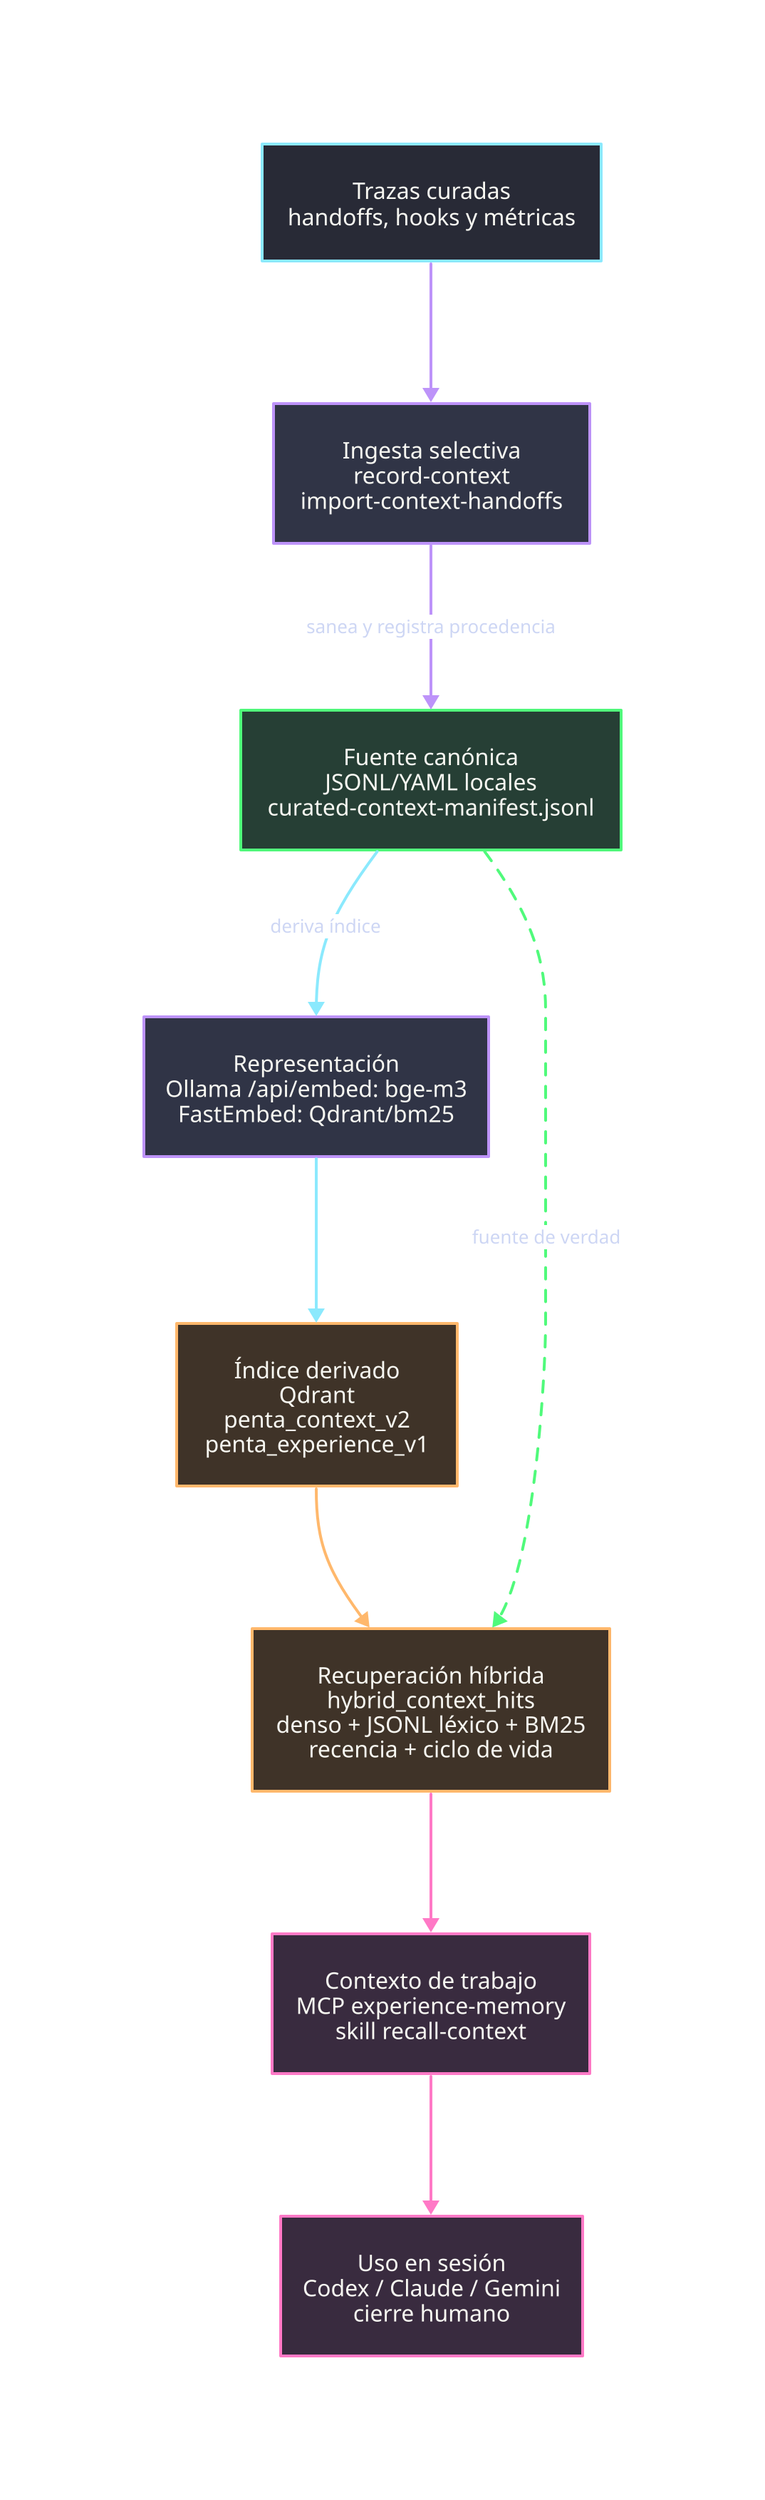
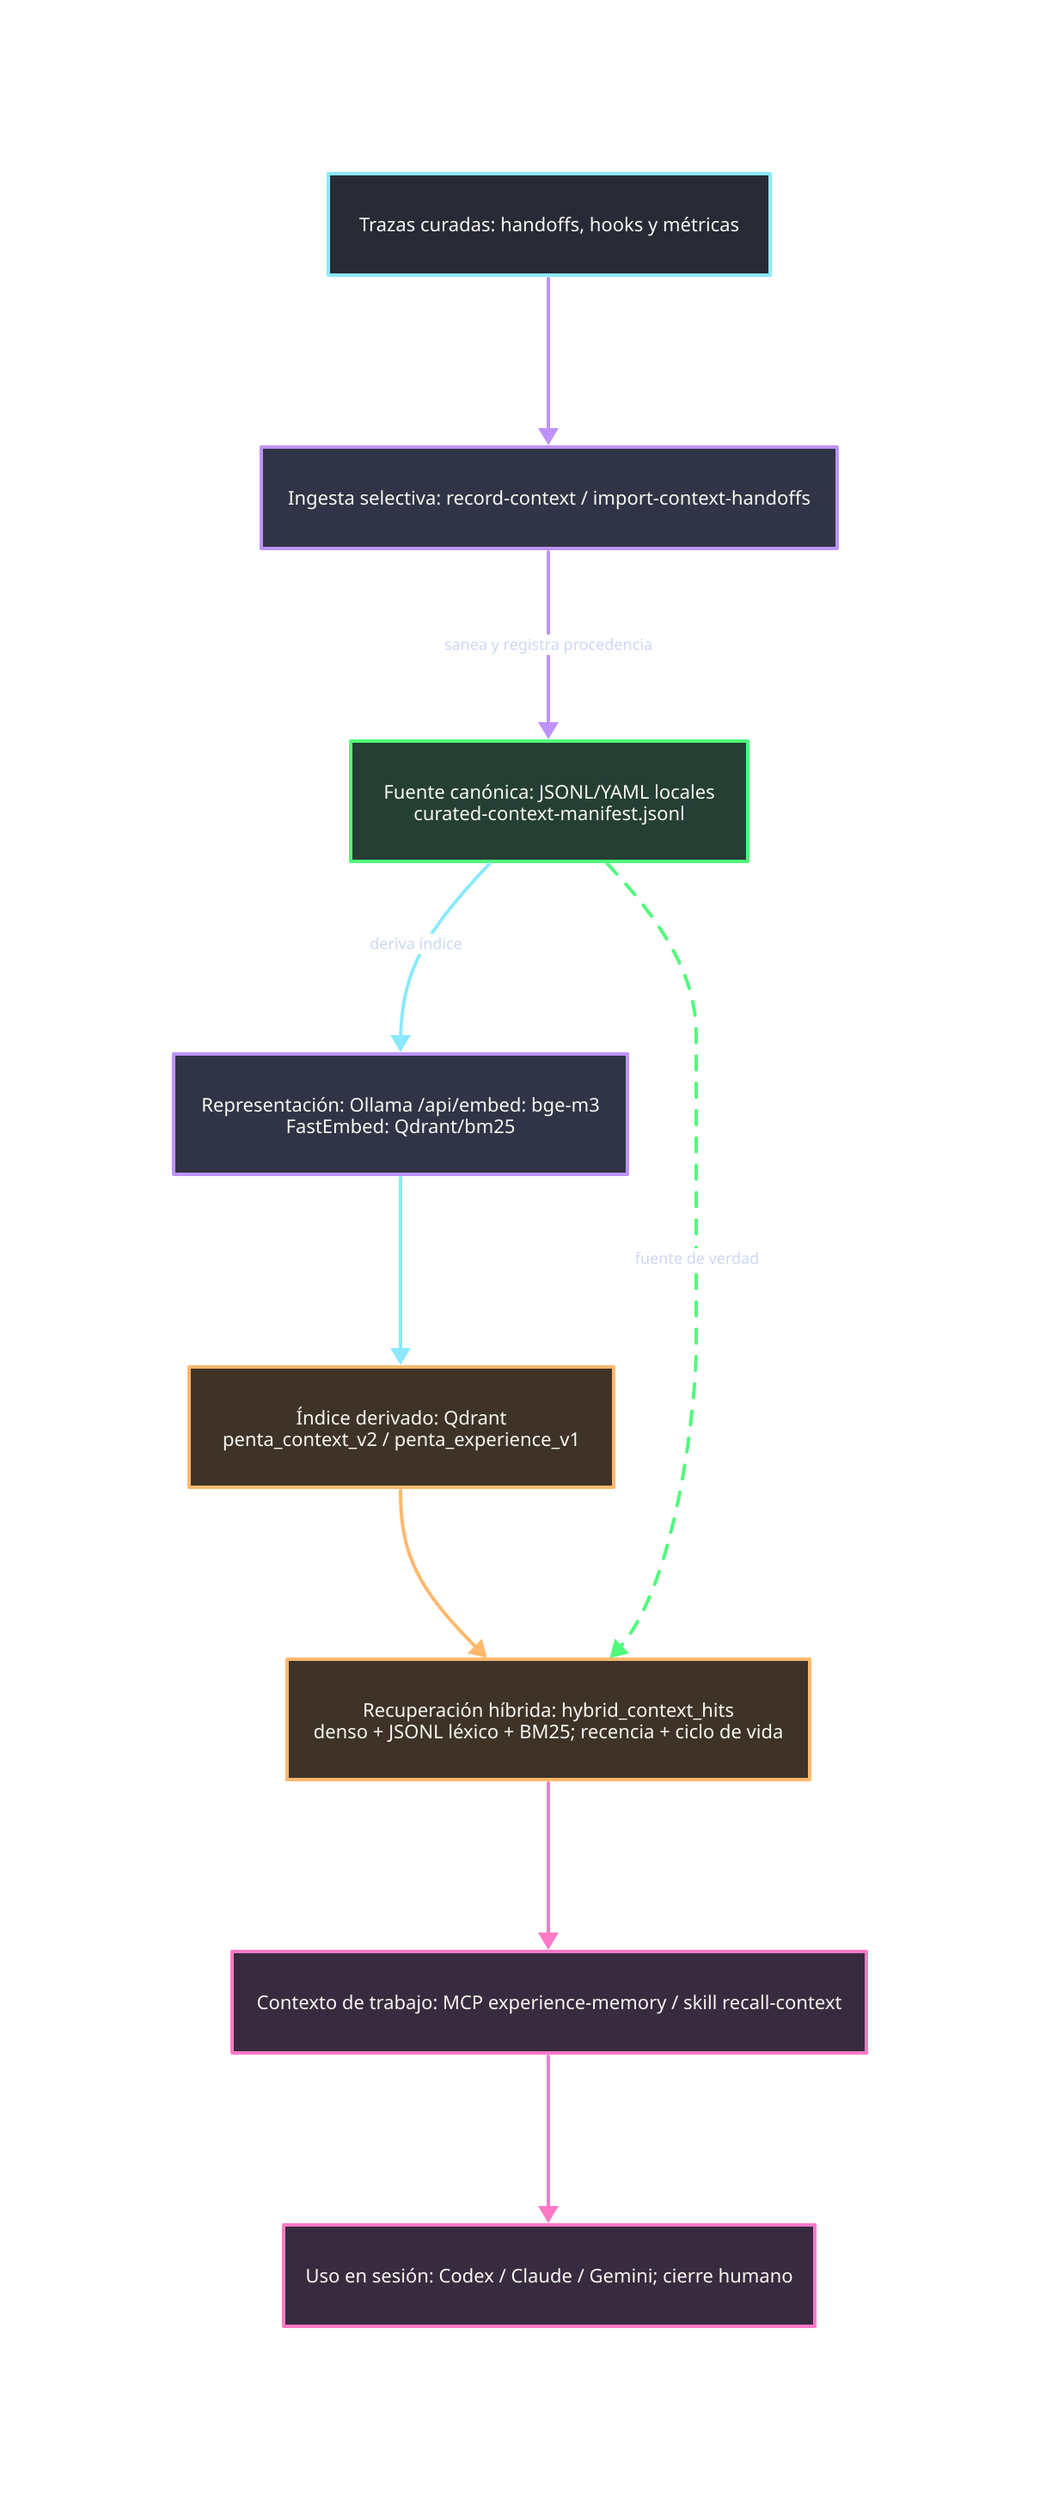
direction: down

classes: {
  input: {
    style.fill: "#282a36"
    style.stroke: "#8be9fd"
    style.stroke-width: 2
    style.font-color: "#f8f8f2"
-     style.font-size: 16
+     style.font-size: 11
  }
  process: {
    style.fill: "#303446"
    style.stroke: "#bd93f9"
    style.stroke-width: 2
    style.font-color: "#f8f8f2"
-     style.font-size: 16
+     style.font-size: 11
  }
  canonical: {
    style.fill: "#263f35"
    style.stroke: "#50fa7b"
    style.stroke-width: 2
    style.font-color: "#f8f8f2"
-     style.font-size: 16
+     style.font-size: 11
  }
  derived: {
    style.fill: "#3f3328"
    style.stroke: "#ffb86c"
    style.stroke-width: 2
    style.font-color: "#f8f8f2"
-     style.font-size: 16
+     style.font-size: 11
  }
  output: {
    style.fill: "#392b3f"
    style.stroke: "#ff79c6"
    style.stroke-width: 2
    style.font-color: "#f8f8f2"
-     style.font-size: 16
+     style.font-size: 11
  }
}

- raw: "Trazas curadas\nhandoffs, hooks y métricas" {
+ raw: "Trazas curadas: handoffs, hooks y métricas" {
  class: input
}

- ingest: "Ingesta selectiva\nrecord-context\nimport-context-handoffs" {
+ ingest: "Ingesta selectiva: record-context / import-context-handoffs" {
  class: process
}

- canonical: "Fuente canónica\nJSONL/YAML locales\ncurated-context-manifest.jsonl" {
+ canonical: "Fuente canónica: JSONL/YAML locales\ncurated-context-manifest.jsonl" {
  class: canonical
}

- embedding: "Representación\nOllama /api/embed: bge-m3\nFastEmbed: Qdrant/bm25" {
+ embedding: "Representación: Ollama /api/embed: bge-m3\nFastEmbed: Qdrant/bm25" {
  class: process
}

- index: "Índice derivado\nQdrant\npenta_context_v2\npenta_experience_v1" {
+ index: "Índice derivado: Qdrant\npenta_context_v2 / penta_experience_v1" {
  class: derived
}

- retrieval: "Recuperación híbrida\nhybrid_context_hits\ndenso + JSONL léxico + BM25\nrecencia + ciclo de vida" {
+ retrieval: "Recuperación híbrida: hybrid_context_hits\ndenso + JSONL léxico + BM25; recencia + ciclo de vida" {
  class: derived
}

- mcp: "Contexto de trabajo\nMCP experience-memory\nskill recall-context" {
+ mcp: "Contexto de trabajo: MCP experience-memory / skill recall-context" {
  class: output
}

- agents: "Uso en sesión\nCodex / Claude / Gemini\ncierre humano" {
+ agents: "Uso en sesión: Codex / Claude / Gemini; cierre humano" {
  class: output
}

raw -> ingest: {
  style.stroke: "#bd93f9"
  style.stroke-width: 2
}
ingest -> canonical: "sanea y registra procedencia" {
  style.stroke: "#bd93f9"
  style.stroke-width: 2
  style.font-color: "#cdd6f4"
-   style.font-size: 13
+   style.font-size: 9
}
canonical -> embedding: "deriva índice" {
  style.stroke: "#8be9fd"
  style.stroke-width: 2
  style.font-color: "#cdd6f4"
-   style.font-size: 13
+   style.font-size: 9
}
embedding -> index: {
  style.stroke: "#8be9fd"
  style.stroke-width: 2
}
index -> retrieval: {
  style.stroke: "#ffb86c"
  style.stroke-width: 2
}
canonical -> retrieval: "fuente de verdad" {
  style.stroke: "#50fa7b"
  style.stroke-dash: 4
  style.stroke-width: 2
  style.font-color: "#cdd6f4"
-   style.font-size: 13
+   style.font-size: 9
}
retrieval -> mcp: {
  style.stroke: "#ff79c6"
  style.stroke-width: 2
}
mcp -> agents: {
  style.stroke: "#ff79c6"
  style.stroke-width: 2
}
